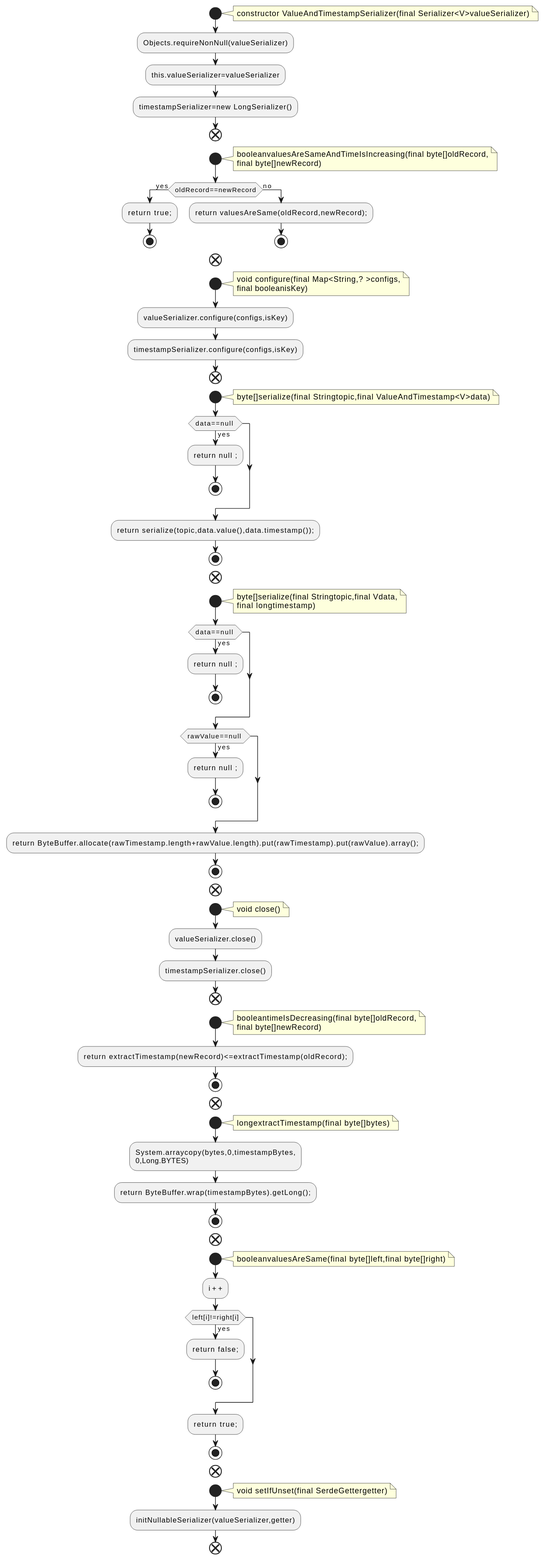
Earlier version of the PlantUML export docs/qc/streams/src/main/java/org/apache/kafka/streams/state/internals/ValueAndTimestampSerializer.java.fct.svg (qualitesys/kafka).
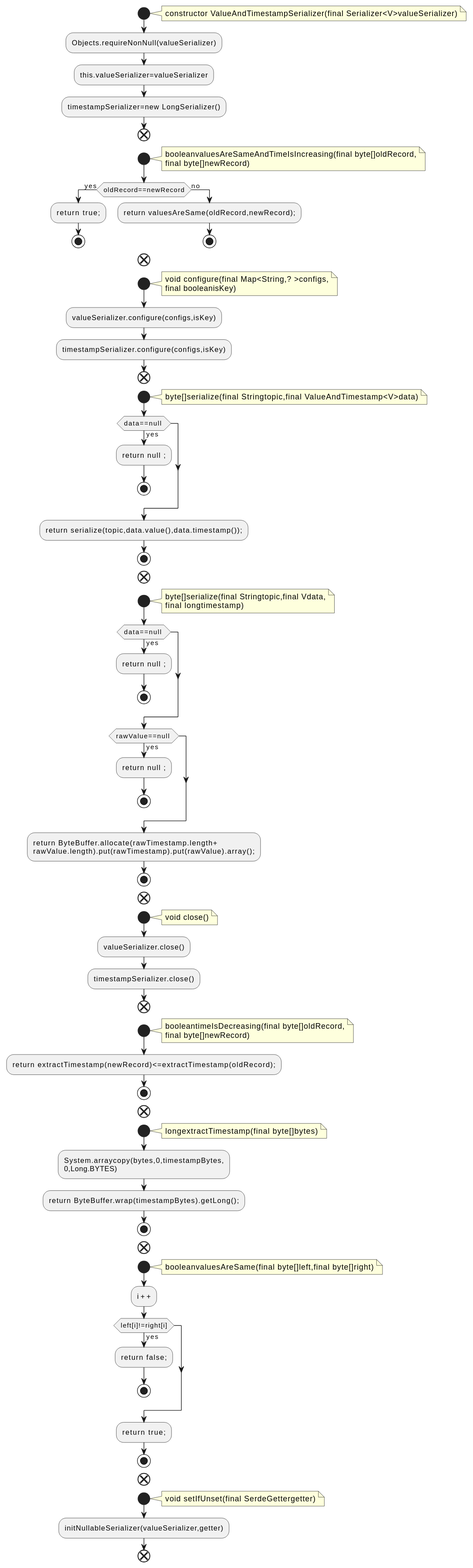
After the commit.

What changed in the source:
```diff
@@ -53,7 +53,8 @@
 :return null ;;
 stop
 endif
-:return ByteBuffer.allocate(rawTimestamp.length+rawValue.length).put(rawTimestamp).put(rawValue).array();;
+:return ByteBuffer.allocate(rawTimestamp.length+
+rawValue.length).put(rawTimestamp).put(rawValue).array();;
 stop
 end
 start
```
